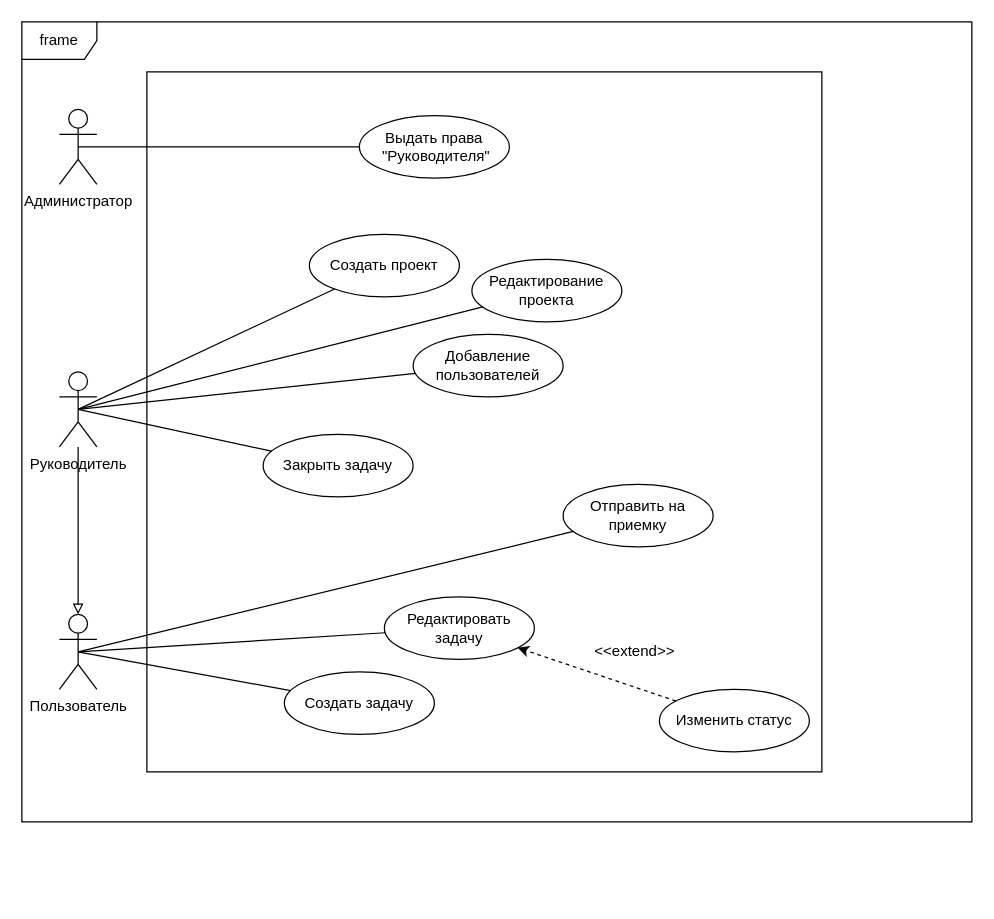
Before: docs/diagrams/useCase/base.drawio in chenko16/task-managment, a draw.io diagram. Source tidied: cells renumbered, new cells numbered last; positions are measured from the earlier drawing's top-left corner, leaving out a move shared by most shapes. Both pictures are drawn from the tidied source at 125%, with x=0, y=0 at pixel (21, 21).
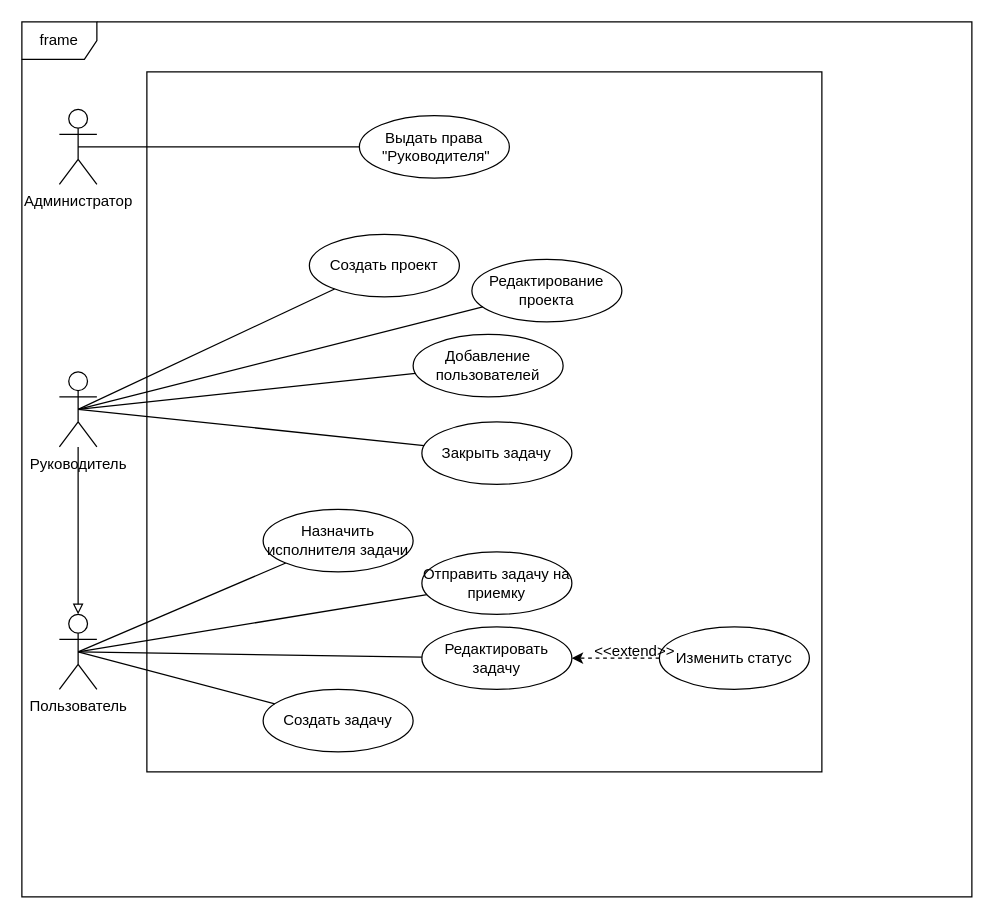
After the change.

Commit message:
Добавил "Назначить испольнителя задачи" в use case диаграмму

The change refers to these unchanged cells:
```xml
<mxCell id="8" value="Пользователь&lt;br&gt;" style="shape=umlActor;verticalLabelPosition=bottom;labelBackgroundColor=#ffffff;verticalAlign=top;html=1;outlineConnect=0;" parent="1" vertex="1">
  <mxGeometry x="30" y="474" width="30" height="60" as="geometry" />
</mxCell>
```

What changed in the source:
```diff
@@
     <mxCell id="3" value="frame" style="shape=umlFrame;whiteSpace=wrap;html=1;" parent="1" vertex="1">
-      <mxGeometry width="760" height="640" as="geometry" />
+      <mxGeometry width="760" height="700" as="geometry" />
     </mxCell>
@@
     <mxCell id="18" value="Создать задачу" style="ellipse;whiteSpace=wrap;html=1;" parent="1" vertex="1">
-      <mxGeometry x="210" y="520" width="120" height="50" as="geometry" />
+      <mxGeometry x="193" y="534" width="120" height="50" as="geometry" />
     </mxCell>
     <mxCell id="19" value="Закрыть задачу" style="ellipse;whiteSpace=wrap;html=1;" parent="1" vertex="1">
-      <mxGeometry x="193" y="330" width="120" height="50" as="geometry" />
+      <mxGeometry x="320" y="320" width="120" height="50" as="geometry" />
     </mxCell>
@@
     <mxCell id="22" value="Редактировать задачу" style="ellipse;whiteSpace=wrap;html=1;" parent="1" vertex="1">
-      <mxGeometry x="290" y="460" width="120" height="50" as="geometry" />
+      <mxGeometry x="320" y="484" width="120" height="50" as="geometry" />
     </mxCell>
     <mxCell id="23" value="Изменить статус" style="ellipse;whiteSpace=wrap;html=1;" parent="1" vertex="1">
-      <mxGeometry x="510" y="534" width="120" height="50" as="geometry" />
+      <mxGeometry x="510" y="484" width="120" height="50" as="geometry" />
     </mxCell>
@@
-    <mxCell id="26" value="Отправить на приемку" style="ellipse;whiteSpace=wrap;html=1;" parent="1" vertex="1">
-      <mxGeometry x="433" y="370" width="120" height="50" as="geometry" />
+    <mxCell id="26" value="Отправить задачу на приемку" style="ellipse;whiteSpace=wrap;html=1;" parent="1" vertex="1">
+      <mxGeometry x="320" y="424" width="120" height="50" as="geometry" />
     </mxCell>
+    <mxCell id="27" style="jettySize=auto;html=1;entryX=0.5;entryY=0.5;entryDx=0;entryDy=0;entryPerimeter=0;rounded=0;endArrow=none;endFill=0;" parent="1" edge="1" source="28" target="8">
+      <mxGeometry relative="1" as="geometry" />
+    </mxCell>
+    <mxCell id="28" value="Назначить исполнителя задачи" style="ellipse;whiteSpace=wrap;html=1;" parent="1" vertex="1">
+      <mxGeometry x="193" y="390" width="120" height="50" as="geometry" />
+    </mxCell>
```
